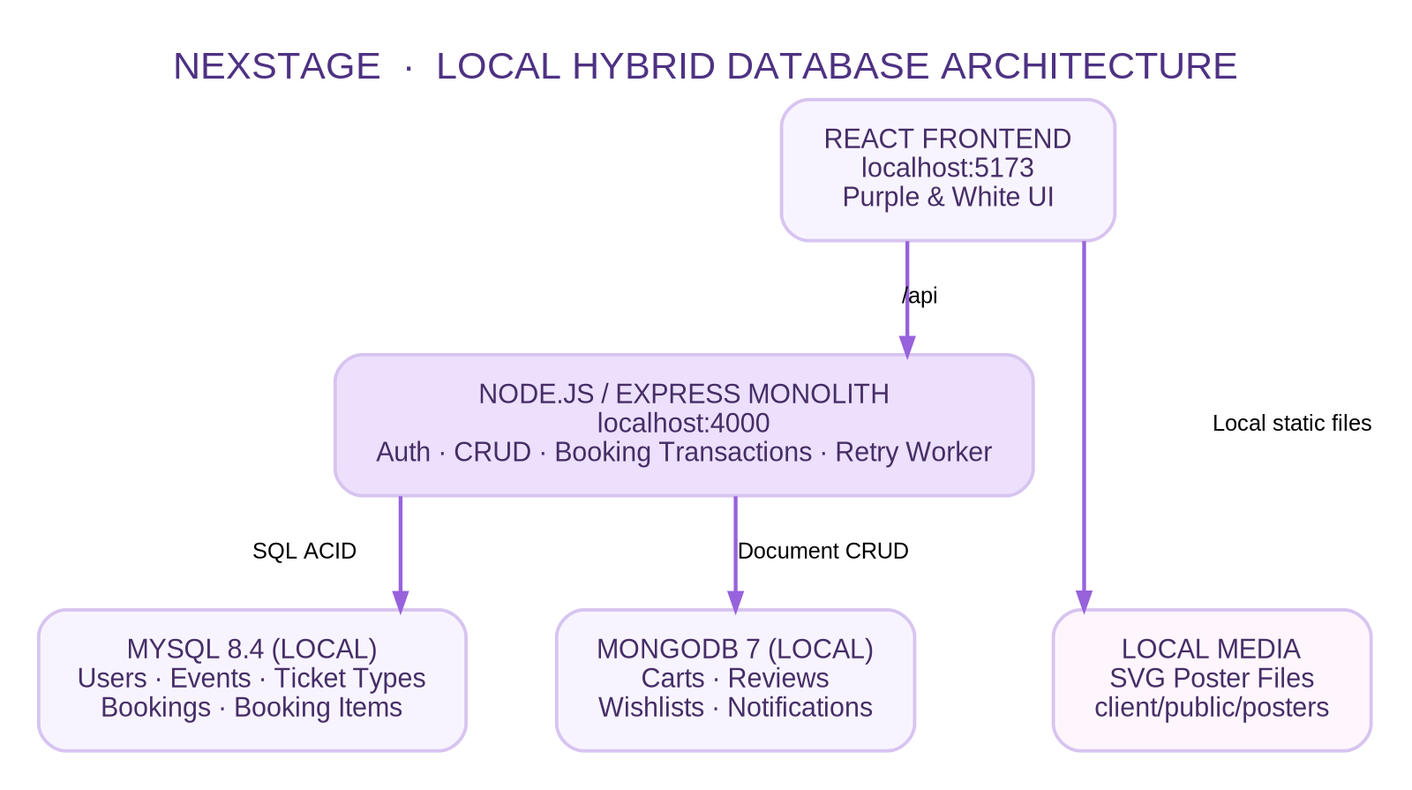
The Graphviz diagram docs/diagrams/architecture.png in Inthat6810545999/NEXSTAGE, before a commit. Its source is kept beside it as docs/diagrams/architecture.dot.
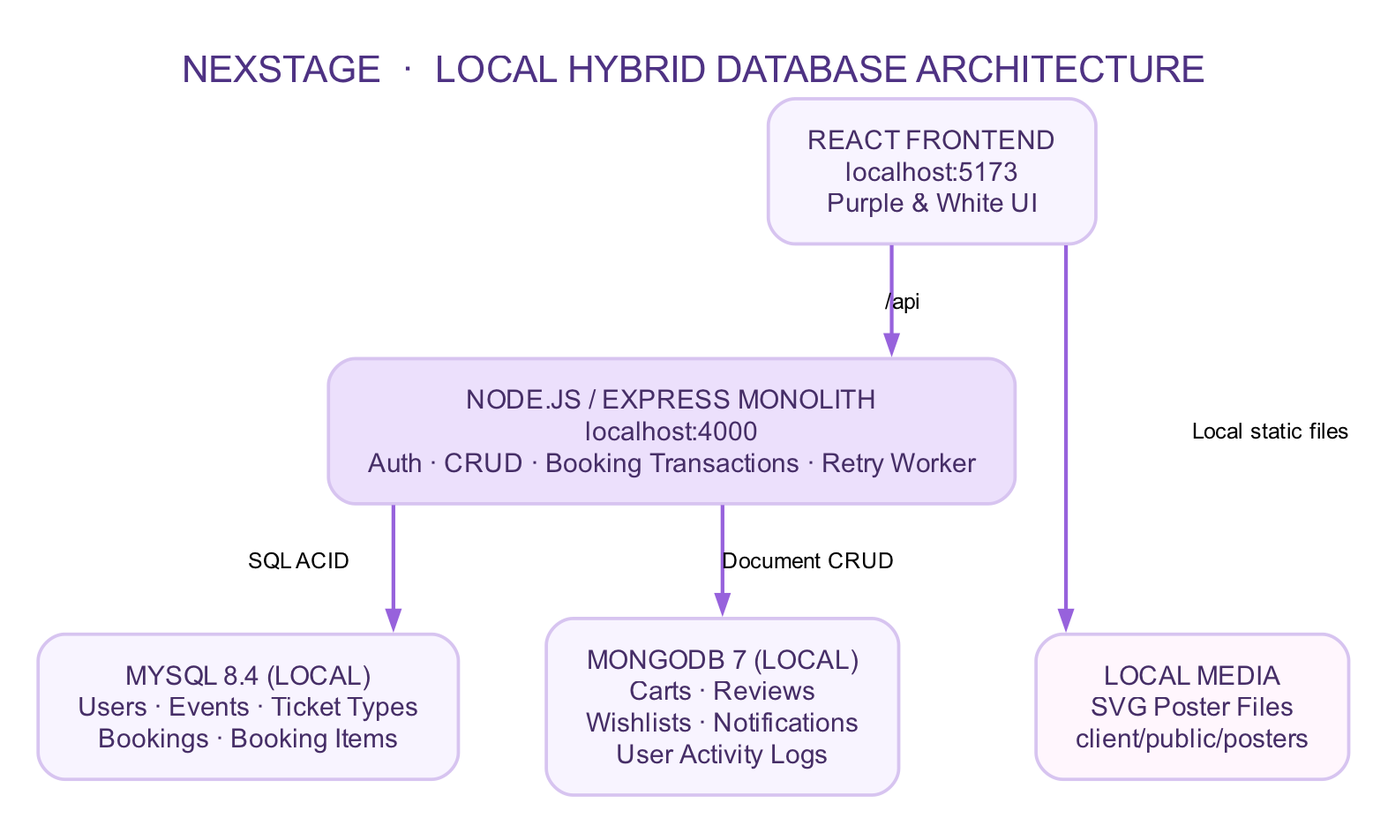
Later version of the same file.

Commit message:
docs: update architecture and NoSQL diagrams for activity logs

The edit, as a diff of the source:
```diff
@@ -5,7 +5,7 @@
   client [label="REACT FRONTEND\nlocalhost:5173\nPurple & White UI"];
   api [label="NODE.JS / EXPRESS MONOLITH\nlocalhost:4000\nAuth · CRUD · Booking Transactions · Retry Worker",fillcolor="#ece0fc"];
   mysql [label="MYSQL 8.4 (LOCAL)\nUsers · Events · Ticket Types\nBookings · Booking Items"];
-  mongo [label="MONGODB 7 (LOCAL)\nCarts · Reviews\nWishlists · Notifications"];
+  mongo [label="MONGODB 7 (LOCAL)\nCarts · Reviews\nWishlists · Notifications\nUser Activity Logs"];
   media [label="LOCAL MEDIA\nSVG Poster Files\nclient/public/posters",fillcolor="#fff6fd"];
   client->api [label=" /api ", fontname="Arial", fontsize=10];
   api->mysql [label="SQL ACID",fontname="Arial",fontsize=10];
```
